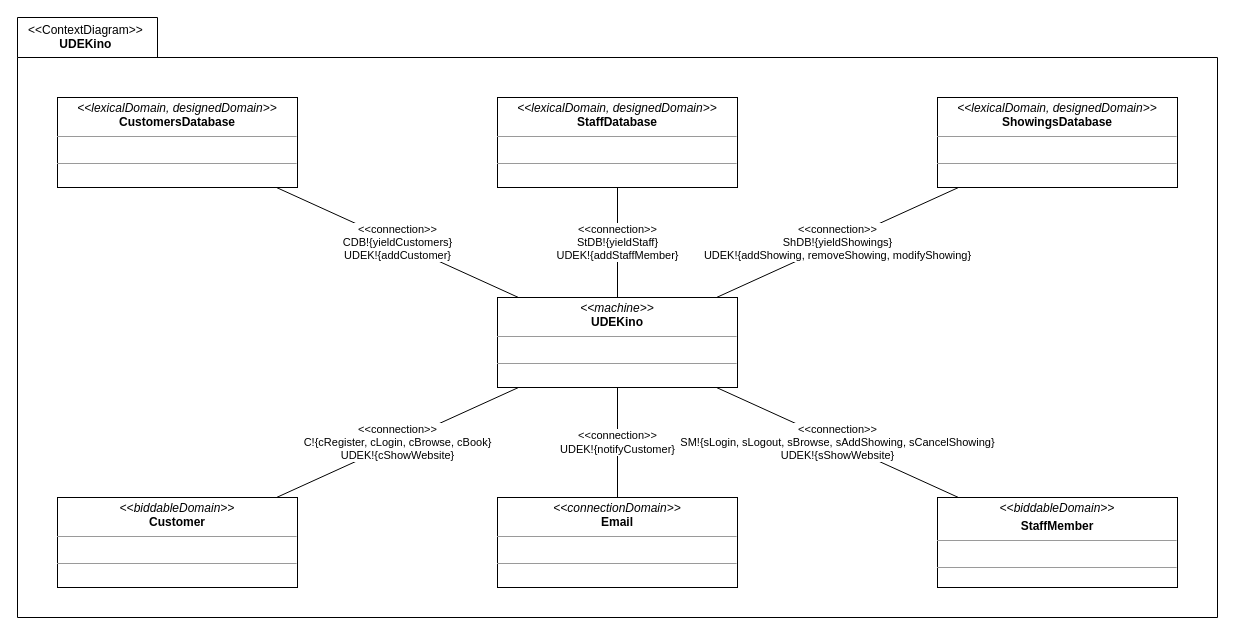
Earlier version of the draw.io diagram a02_context_diagram.drawio (melvdlin/swtlab). Source tidied: cells renumbered, new cells numbered last; positions are measured from the earlier drawing's top-left corner, leaving out a move shared by most shapes. Both pictures are drawn from the tidied source at 100%, with x=0, y=0 at pixel (17, 17).
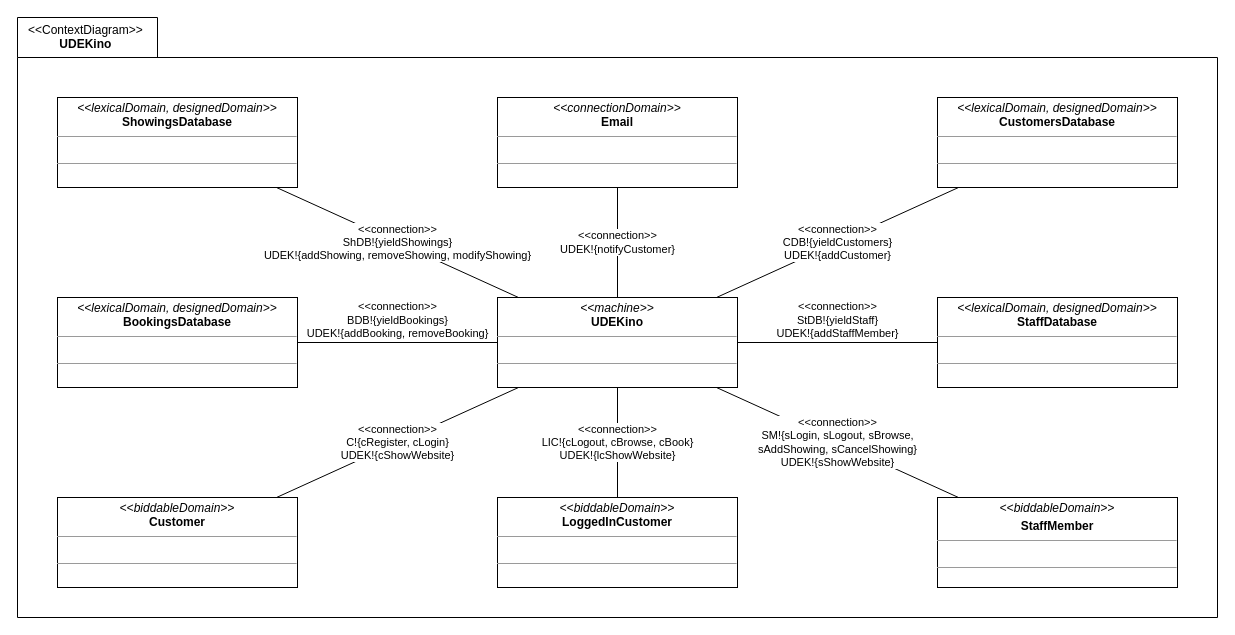
The same diagram, later.

The change refers to these unchanged cells:
```xml
<mxCell id="2" value="&lt;div style=&quot;&quot;&gt;&lt;span style=&quot;font-weight: 400; background-color: initial;&quot;&gt;&amp;lt;&amp;lt;ContextDiagram&amp;gt;&amp;gt;&lt;/span&gt;&lt;/div&gt;&lt;div style=&quot;text-align: center;&quot;&gt;&lt;span style=&quot;background-color: initial;&quot;&gt;UDEKino&lt;/span&gt;&lt;/div&gt;" style="shape=folder;fontStyle=1;spacingTop=1;tabWidth=140;tabHeight=40;tabPosition=left;html=1;rounded=0;shadow=0;glass=0;comic=0;sketch=0;gradientColor=none;labelPosition=center;verticalLabelPosition=middle;align=left;verticalAlign=top;spacing=0;spacingLeft=11;" parent="1" vertex="1">
  <mxGeometry width="1200" height="600" as="geometry" />
</mxCell>
<mxCell id="3" style="group;" parent="2" vertex="1">
  <mxGeometry x="40" y="80" width="1120" height="490" as="geometry" />
</mxCell>
<mxCell id="5" value="&lt;p style=&quot;margin:0px;margin-top:4px;text-align:center;&quot;&gt;&lt;i&gt;&amp;lt;&amp;lt;biddableDomain&amp;gt;&amp;gt;&lt;/i&gt;&lt;br&gt;&lt;b&gt;Customer&lt;/b&gt;&lt;/p&gt;&lt;hr size=&quot;1&quot;&gt;&lt;p style=&quot;margin:0px;margin-left:4px;&quot;&gt;&lt;br&gt;&lt;/p&gt;&lt;hr size=&quot;1&quot;&gt;&lt;p style=&quot;margin:0px;margin-left:4px;&quot;&gt;&lt;br&gt;&lt;/p&gt;" style="verticalAlign=top;align=left;overflow=fill;fontSize=12;fontFamily=Helvetica;html=1;rounded=0;shadow=0;glass=0;comic=0;sketch=0;fontColor=default;gradientColor=none;" parent="3" vertex="1">
  <mxGeometry y="400" width="240" height="90" as="geometry" />
</mxCell>
<mxCell id="6" value="&lt;p style=&quot;margin:0px;margin-top:4px;text-align:center;&quot;&gt;&lt;i&gt;&amp;lt;&amp;lt;biddableD&lt;/i&gt;&lt;i style=&quot;background-color: initial;&quot;&gt;omain&amp;gt;&amp;gt;&lt;/i&gt;&lt;/p&gt;&lt;p style=&quot;margin:0px;margin-top:4px;text-align:center;&quot;&gt;&lt;b&gt;StaffMember&lt;/b&gt;&lt;/p&gt;&lt;hr size=&quot;1&quot;&gt;&lt;p style=&quot;margin:0px;margin-left:4px;&quot;&gt;&lt;br&gt;&lt;/p&gt;&lt;hr size=&quot;1&quot;&gt;&lt;p style=&quot;margin:0px;margin-left:4px;&quot;&gt;&lt;br&gt;&lt;/p&gt;" style="verticalAlign=top;align=left;overflow=fill;fontSize=12;fontFamily=Helvetica;html=1;rounded=0;shadow=0;glass=0;comic=0;sketch=0;fontColor=default;gradientColor=none;" parent="3" vertex="1">
  <mxGeometry x="880" y="400" width="240" height="90" as="geometry" />
</mxCell>
<mxCell id="10" value="&lt;p style=&quot;margin:0px;margin-top:4px;text-align:center;&quot;&gt;&lt;i&gt;&amp;lt;&amp;lt;machine&amp;gt;&amp;gt;&lt;/i&gt;&lt;br&gt;&lt;b&gt;UDEKino&lt;/b&gt;&lt;/p&gt;&lt;hr size=&quot;1&quot;&gt;&lt;p style=&quot;margin:0px;margin-left:4px;&quot;&gt;&lt;br&gt;&lt;/p&gt;&lt;hr size=&quot;1&quot;&gt;&lt;p style=&quot;margin:0px;margin-left:4px;&quot;&gt;&lt;br&gt;&lt;/p&gt;" style="verticalAlign=top;align=left;overflow=fill;fontSize=12;fontFamily=Helvetica;html=1;rounded=0;shadow=0;glass=0;comic=0;sketch=0;fontColor=default;gradientColor=none;" parent="3" vertex="1">
  <mxGeometry x="440" y="200" width="240" height="90" as="geometry" />
</mxCell>
```

The edit, as a diff of the source:
```diff
@@
+    <mxCell id="17" value="&lt;p style=&quot;margin:0px;margin-top:4px;text-align:center;&quot;&gt;&lt;i&gt;&amp;lt;&amp;lt;biddableDomain&amp;gt;&amp;gt;&lt;/i&gt;&lt;br&gt;&lt;b&gt;LoggedInCustomer&lt;/b&gt;&lt;/p&gt;&lt;hr size=&quot;1&quot;&gt;&lt;p style=&quot;margin:0px;margin-left:4px;&quot;&gt;&lt;br&gt;&lt;/p&gt;&lt;hr size=&quot;1&quot;&gt;&lt;p style=&quot;margin:0px;margin-left:4px;&quot;&gt;&lt;br&gt;&lt;/p&gt;" style="verticalAlign=top;align=left;overflow=fill;fontSize=12;fontFamily=Helvetica;html=1;rounded=0;shadow=0;glass=0;comic=0;sketch=0;fontColor=default;gradientColor=none;" parent="3" vertex="1">
+      <mxGeometry x="440" y="400" width="240" height="90" as="geometry" />
+    </mxCell>
     <mxCell id="4" value="&lt;p style=&quot;margin:0px;margin-top:4px;text-align:center;&quot;&gt;&lt;i&gt;&amp;lt;&amp;lt;connectionDomain&amp;gt;&amp;gt;&lt;/i&gt;&lt;br&gt;&lt;b&gt;Email&lt;/b&gt;&lt;/p&gt;&lt;hr size=&quot;1&quot;&gt;&lt;p style=&quot;margin:0px;margin-left:4px;&quot;&gt;&lt;br&gt;&lt;/p&gt;&lt;hr size=&quot;1&quot;&gt;&lt;p style=&quot;margin:0px;margin-left:4px;&quot;&gt;&lt;br&gt;&lt;/p&gt;" style="verticalAlign=top;align=left;overflow=fill;fontSize=12;fontFamily=Helvetica;html=1;rounded=0;shadow=0;glass=0;comic=0;sketch=0;fontColor=default;gradientColor=none;" parent="3" vertex="1">
-      <mxGeometry x="440" y="400" width="240" height="90" as="geometry" />
+      <mxGeometry x="440" width="240" height="90" as="geometry" />
     </mxCell>
@@
-    <mxCell id="8" value="&amp;lt;&amp;lt;connection&amp;gt;&amp;gt;&lt;br&gt;C!{cRegister, cLogin, cBrowse, cBook}&lt;br&gt;UDEK!{cShowWebsite}" style="edgeStyle=none;rounded=0;jettySize=auto;html=1;endArrow=none;endFill=0;" parent="3" edge="1" source="10" target="5">
+    <mxCell id="8" value="&amp;lt;&amp;lt;connection&amp;gt;&amp;gt;&lt;br&gt;C!{cRegister, cLogin}&lt;br&gt;UDEK!{cShowWebsite}" style="edgeStyle=none;rounded=0;jettySize=auto;html=1;endArrow=none;endFill=0;" parent="3" edge="1" source="10" target="5">
       <mxGeometry relative="1" as="geometry" />
     </mxCell>
-    <mxCell id="9" value="&amp;lt;&amp;lt;connection&amp;gt;&amp;gt;&lt;br&gt;SM!{sLogin, sLogout, sBrowse, sAddShowing, sCancelShowing}&lt;br&gt;UDEK!{sShowWebsite}" style="edgeStyle=none;rounded=0;jettySize=auto;html=1;endArrow=none;endFill=0;" parent="3" edge="1" source="10" target="6">
+    <mxCell id="9" value="&amp;lt;&amp;lt;connection&amp;gt;&amp;gt;&lt;br&gt;SM!{sLogin, sLogout, sBrowse,&lt;br&gt;sAddShowing, sCancelShowing}&lt;br&gt;UDEK!{sShowWebsite}" style="edgeStyle=none;rounded=0;jettySize=auto;html=1;endArrow=none;endFill=0;" parent="3" edge="1" source="10" target="6">
       <mxGeometry relative="1" as="geometry" />
     </mxCell>
@@
-    <mxCell id="11" value="&amp;lt;&amp;lt;connection&amp;gt;&amp;gt;&lt;br&gt;ShDB!{yieldShowings}&lt;br&gt;UDEK!{addShowing, removeShowing, modifyShowing}" style="edgeStyle=none;rounded=0;jettySize=auto;html=1;endArrow=none;endFill=0;" parent="3" edge="1" source="12" target="10">
-      <mxGeometry relative="1" as="geometry" />
-    </mxCell>
-    <mxCell id="12" value="&lt;p style=&quot;margin:0px;margin-top:4px;text-align:center;&quot;&gt;&lt;i&gt;&amp;lt;&amp;lt;lexicalDomain, designedDomain&amp;gt;&amp;gt;&lt;/i&gt;&lt;br&gt;&lt;b&gt;ShowingsDatabase&lt;/b&gt;&lt;/p&gt;&lt;hr size=&quot;1&quot;&gt;&lt;p style=&quot;margin:0px;margin-left:4px;&quot;&gt;&lt;br&gt;&lt;/p&gt;&lt;hr size=&quot;1&quot;&gt;&lt;p style=&quot;margin:0px;margin-left:4px;&quot;&gt;&lt;br&gt;&lt;/p&gt;" style="verticalAlign=top;align=left;overflow=fill;fontSize=12;fontFamily=Helvetica;html=1;rounded=0;shadow=0;glass=0;comic=0;sketch=0;fontColor=default;gradientColor=none;" parent="3" vertex="1">
-      <mxGeometry x="880" width="240" height="90" as="geometry" />
-    </mxCell>
+    <mxCell id="18" value="&amp;lt;&amp;lt;connection&amp;gt;&amp;gt;&lt;br&gt;LIC!{cLogout, cBrowse, cBook}&lt;br&gt;UDEK!{lcShowWebsite}" style="rounded=0;jettySize=auto;html=1;endArrow=none;endFill=0;verticalAlign=middle;" parent="3" edge="1" source="17" target="10">
+      <mxGeometry relative="1" as="geometry" />
+    </mxCell>
     <mxCell id="13" value="&lt;p style=&quot;margin:0px;margin-top:4px;text-align:center;&quot;&gt;&lt;i&gt;&amp;lt;&amp;lt;lexicalDomain, designedDomain&amp;gt;&amp;gt;&lt;/i&gt;&lt;br&gt;&lt;b&gt;StaffDatabase&lt;/b&gt;&lt;/p&gt;&lt;hr size=&quot;1&quot;&gt;&lt;p style=&quot;margin:0px;margin-left:4px;&quot;&gt;&lt;br&gt;&lt;/p&gt;&lt;hr size=&quot;1&quot;&gt;&lt;p style=&quot;margin:0px;margin-left:4px;&quot;&gt;&lt;br&gt;&lt;/p&gt;" style="verticalAlign=top;align=left;overflow=fill;fontSize=12;fontFamily=Helvetica;html=1;rounded=0;shadow=0;glass=0;comic=0;sketch=0;fontColor=default;gradientColor=none;" parent="3" vertex="1">
-      <mxGeometry x="440" width="240" height="90" as="geometry" />
+      <mxGeometry x="880" y="200" width="240" height="90" as="geometry" />
     </mxCell>
-    <mxCell id="14" value="&amp;lt;&amp;lt;connection&amp;gt;&amp;gt;&lt;br&gt;StDB!{yieldStaff}&lt;br&gt;UDEK!{addStaffMember}" style="edgeStyle=none;rounded=0;jettySize=auto;html=1;endArrow=none;endFill=0;" parent="3" edge="1" source="10" target="13">
+    <mxCell id="14" value="&amp;lt;&amp;lt;connection&amp;gt;&amp;gt;&lt;br&gt;StDB!{yieldStaff}&lt;br&gt;UDEK!{addStaffMember}" style="edgeStyle=none;rounded=0;jettySize=auto;html=1;endArrow=none;endFill=0;verticalAlign=bottom;" parent="3" edge="1" source="10" target="13">
       <mxGeometry relative="1" as="geometry" />
     </mxCell>
+    <mxCell id="19" value="&lt;p style=&quot;margin:0px;margin-top:4px;text-align:center;&quot;&gt;&lt;i&gt;&amp;lt;&amp;lt;lexicalDomain, designedDomain&amp;gt;&amp;gt;&lt;/i&gt;&lt;br&gt;&lt;b&gt;BookingsDatabase&lt;/b&gt;&lt;/p&gt;&lt;hr size=&quot;1&quot;&gt;&lt;p style=&quot;margin:0px;margin-left:4px;&quot;&gt;&lt;br&gt;&lt;/p&gt;&lt;hr size=&quot;1&quot;&gt;&lt;p style=&quot;margin:0px;margin-left:4px;&quot;&gt;&lt;br&gt;&lt;/p&gt;" style="verticalAlign=top;align=left;overflow=fill;fontSize=12;fontFamily=Helvetica;html=1;rounded=0;shadow=0;glass=0;comic=0;sketch=0;fontColor=default;gradientColor=none;" parent="3" vertex="1">
+      <mxGeometry y="200" width="240" height="90" as="geometry" />
+    </mxCell>
+    <mxCell id="20" value="&amp;lt;&amp;lt;connection&amp;gt;&amp;gt;&lt;br&gt;BDB!{yieldBookings}&lt;br&gt;UDEK!{addBooking, removeBooking}" style="edgeStyle=none;rounded=0;jettySize=auto;html=1;endArrow=none;endFill=0;labelBackgroundColor=default;verticalAlign=bottom;" parent="3" edge="1" source="10" target="19">
+      <mxGeometry relative="1" as="geometry" />
+    </mxCell>
-    <mxCell id="15" value="&lt;p style=&quot;margin:0px;margin-top:4px;text-align:center;&quot;&gt;&lt;i&gt;&amp;lt;&amp;lt;lexicalDomain, designedDomain&amp;gt;&amp;gt;&lt;/i&gt;&lt;br&gt;&lt;b&gt;CustomersDatabase&lt;/b&gt;&lt;/p&gt;&lt;hr size=&quot;1&quot;&gt;&lt;p style=&quot;margin:0px;margin-left:4px;&quot;&gt;&lt;br&gt;&lt;/p&gt;&lt;hr size=&quot;1&quot;&gt;&lt;p style=&quot;margin:0px;margin-left:4px;&quot;&gt;&lt;br&gt;&lt;/p&gt;" style="verticalAlign=top;align=left;overflow=fill;fontSize=12;fontFamily=Helvetica;html=1;rounded=0;shadow=0;glass=0;comic=0;sketch=0;fontColor=default;gradientColor=none;" parent="3" vertex="1">
-      <mxGeometry width="240" height="90" as="geometry" />
+    <mxCell id="15" value="&lt;p style=&quot;margin:0px;margin-top:4px;text-align:center;&quot;&gt;&lt;i&gt;&amp;lt;&amp;lt;lexicalDomain, designedDomain&amp;gt;&amp;gt;&lt;/i&gt;&lt;br&gt;&lt;b&gt;CustomersDatabase&lt;/b&gt;&lt;/p&gt;&lt;hr size=&quot;1&quot;&gt;&lt;p style=&quot;margin:0px;margin-left:4px;&quot;&gt;&lt;br&gt;&lt;/p&gt;&lt;hr size=&quot;1&quot;&gt;&lt;p style=&quot;margin:0px;margin-left:4px;&quot;&gt;&lt;br&gt;&lt;/p&gt;" style="verticalAlign=top;align=left;overflow=fill;fontSize=12;fontFamily=Helvetica;html=1;rounded=0;shadow=0;glass=0;comic=0;sketch=0;fontColor=default;gradientColor=none;" parent="2" vertex="1">
+      <mxGeometry x="920" y="80" width="240" height="90" as="geometry" />
     </mxCell>
-    <mxCell id="16" value="&amp;lt;&amp;lt;connection&amp;gt;&amp;gt;&lt;br&gt;CDB!{yieldCustomers}&lt;br&gt;UDEK!{addCustomer}" style="edgeStyle=none;rounded=0;jettySize=auto;html=1;endArrow=none;endFill=0;" parent="3" edge="1" source="10" target="15">
+    <mxCell id="16" value="&amp;lt;&amp;lt;connection&amp;gt;&amp;gt;&lt;br&gt;CDB!{yieldCustomers}&lt;br&gt;UDEK!{addCustomer}" style="edgeStyle=none;rounded=0;jettySize=auto;html=1;endArrow=none;endFill=0;" parent="2" edge="1" source="10" target="15">
       <mxGeometry relative="1" as="geometry" />
     </mxCell>
+    <mxCell id="12" value="&lt;p style=&quot;margin:0px;margin-top:4px;text-align:center;&quot;&gt;&lt;i&gt;&amp;lt;&amp;lt;lexicalDomain, designedDomain&amp;gt;&amp;gt;&lt;/i&gt;&lt;br&gt;&lt;b&gt;ShowingsDatabase&lt;/b&gt;&lt;/p&gt;&lt;hr size=&quot;1&quot;&gt;&lt;p style=&quot;margin:0px;margin-left:4px;&quot;&gt;&lt;br&gt;&lt;/p&gt;&lt;hr size=&quot;1&quot;&gt;&lt;p style=&quot;margin:0px;margin-left:4px;&quot;&gt;&lt;br&gt;&lt;/p&gt;" style="verticalAlign=top;align=left;overflow=fill;fontSize=12;fontFamily=Helvetica;html=1;rounded=0;shadow=0;glass=0;comic=0;sketch=0;fontColor=default;gradientColor=none;" parent="2" vertex="1">
+      <mxGeometry x="40" y="80" width="240" height="90" as="geometry" />
+    </mxCell>
+    <mxCell id="11" value="&amp;lt;&amp;lt;connection&amp;gt;&amp;gt;&lt;br&gt;ShDB!{yieldShowings}&lt;br&gt;UDEK!{addShowing, removeShowing, modifyShowing}" style="edgeStyle=none;rounded=0;jettySize=auto;html=1;endArrow=none;endFill=0;" parent="2" edge="1" source="12" target="10">
+      <mxGeometry relative="1" as="geometry" />
+    </mxCell>
```
